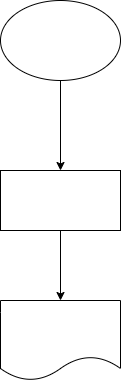
Earlier version of the draw.io export Start.drawio.png (sergey5478/Nice). Source tidied: cells renumbered, new cells last; positions are measured from the earlier drawing's top-left corner, leaving out a move shared by most shapes.
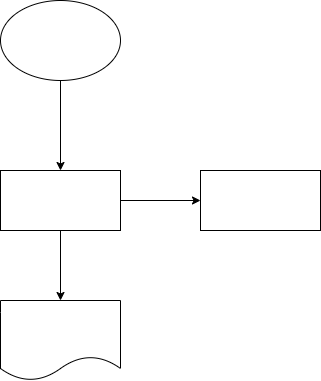
Above is the later version.

What changed in the source:
```diff
@@ -11,11 +11,17 @@
     <mxCell id="4" style="edgeStyle=none;html=1;" parent="1" edge="1" source="5" target="6">
       <mxGeometry relative="1" as="geometry" />
     </mxCell>
+    <mxCell id="7" style="edgeStyle=none;html=1;" parent="1" edge="1" source="5" target="8">
+      <mxGeometry relative="1" as="geometry" />
+    </mxCell>
     <mxCell id="5" style="whiteSpace=wrap;html=1;" parent="1" vertex="1">
       <mxGeometry y="170" width="120" height="60" as="geometry" />
     </mxCell>
     <mxCell id="6" style="shape=document;whiteSpace=wrap;html=1;boundedLbl=1;" parent="1" vertex="1">
       <mxGeometry y="300" width="120" height="80" as="geometry" />
     </mxCell>
+    <mxCell id="8" style="whiteSpace=wrap;html=1;" parent="1" vertex="1">
+      <mxGeometry x="200" y="170" width="120" height="60" as="geometry" />
+    </mxCell>
   </root>
 </mxGraphModel>
```
